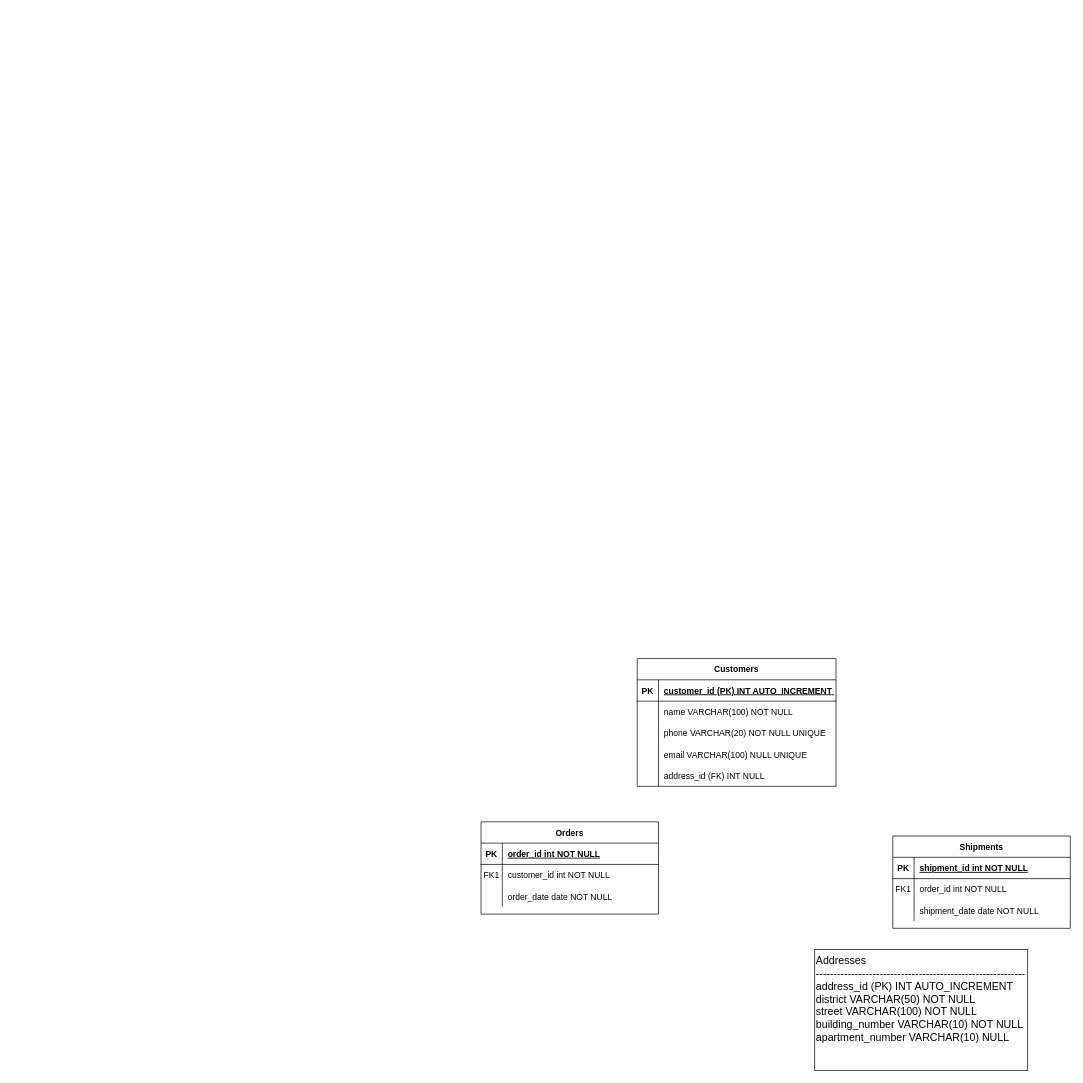
Before: Untitled Diagram.drawio in SergejusSG/git-demo1, a draw.io diagram. Source tidied: cells renumbered, new cells numbered last; positions are measured from the earlier drawing's top-left corner, leaving out a move shared by most shapes. Both pictures are drawn from the tidied source at 71%, with x=0, y=0 at pixel (481, 658).
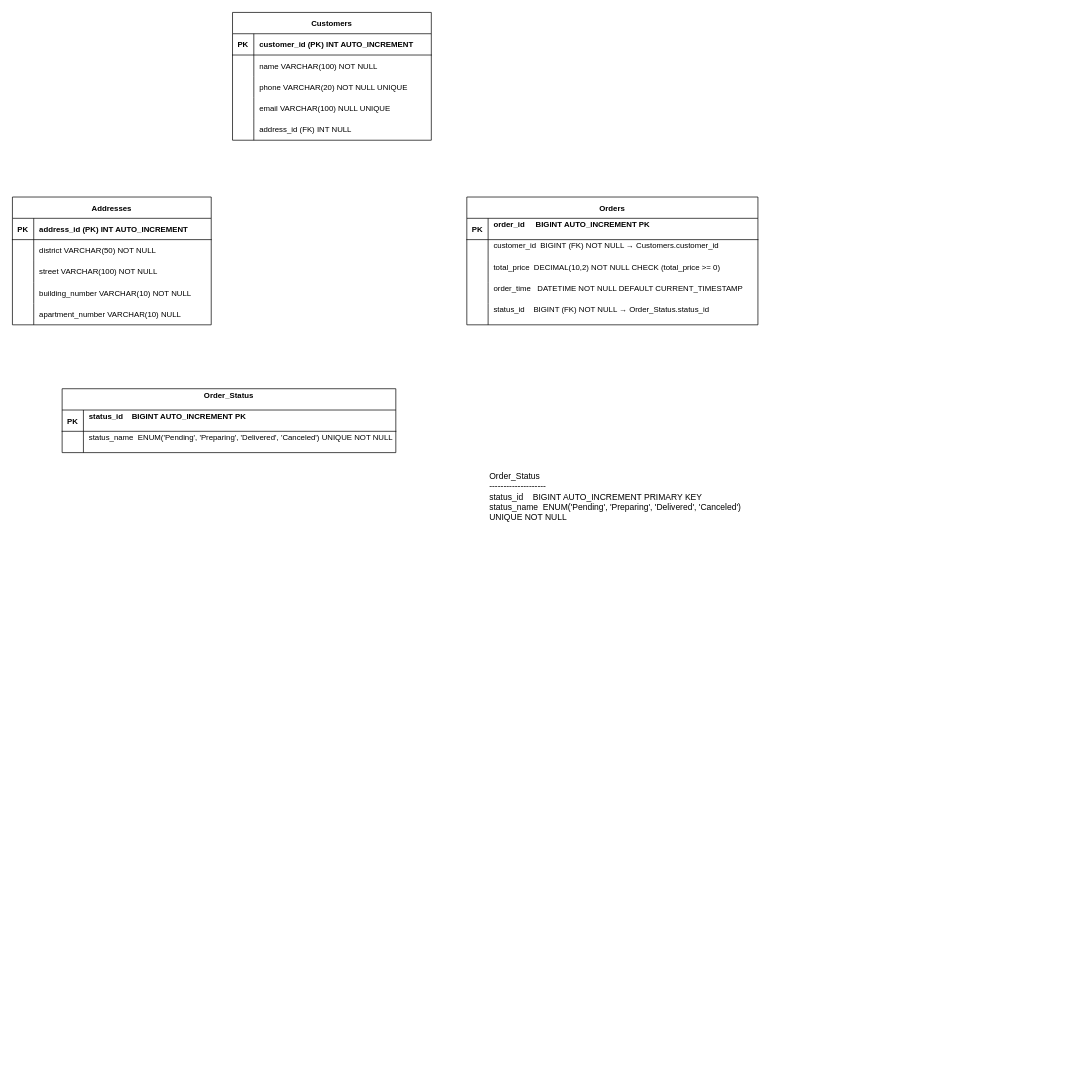
After the change.

The edit, as a diff of the source:
```diff
@@
-    <mxCell id="2" value="Orders" style="shape=table;startSize=30;childLayout=tableLayout;rowLines=0;fontStyle=1;align=center;" parent="1" vertex="1">
-      <mxGeometry y="230" width="250" height="130" as="geometry" />
-    </mxCell>
-    <mxCell id="3" style="shape=partialRectangle;fillColor=none;top=0;left=0;right=0;bottom=1;" parent="2" vertex="1">
-      <mxGeometry y="30" width="250" height="30" as="geometry" />
-    </mxCell>
-    <mxCell id="4" value="PK" style="shape=partialRectangle;overflow=hidden;fillColor=none;top=0;left=0;bottom=0;right=0;fontStyle=1;" parent="3" vertex="1">
-      <mxGeometry width="30" height="30" as="geometry" />
-    </mxCell>
-    <mxCell id="5" value="order_id int NOT NULL " style="shape=partialRectangle;overflow=hidden;fillColor=none;top=0;left=0;bottom=0;right=0;align=left;spacingLeft=6;fontStyle=5;" parent="3" vertex="1">
-      <mxGeometry x="30" width="220" height="30" as="geometry" />
-    </mxCell>
-    <mxCell id="6" style="shape=partialRectangle;fillColor=none;top=0;left=0;right=0;bottom=0;" parent="2" vertex="1">
-      <mxGeometry y="60" width="250" height="30" as="geometry" />
-    </mxCell>
-    <mxCell id="7" value="FK1" style="shape=partialRectangle;overflow=hidden;fillColor=none;top=0;left=0;bottom=0;right=0;" parent="6" vertex="1">
-      <mxGeometry width="30" height="30" as="geometry" />
-    </mxCell>
-    <mxCell id="8" value="customer_id int NOT NULL" style="shape=partialRectangle;overflow=hidden;fillColor=none;top=0;left=0;bottom=0;right=0;align=left;spacingLeft=6;" parent="6" vertex="1">
-      <mxGeometry x="30" width="220" height="30" as="geometry" />
-    </mxCell>
-    <mxCell id="9" style="shape=partialRectangle;fillColor=none;top=0;left=0;right=0;bottom=0;" parent="2" vertex="1">
-      <mxGeometry y="90" width="250" height="30" as="geometry" />
-    </mxCell>
-    <mxCell id="10" style="shape=partialRectangle;overflow=hidden;fillColor=none;top=0;left=0;bottom=0;right=0;" parent="9" vertex="1">
-      <mxGeometry width="30" height="30" as="geometry" />
-    </mxCell>
-    <mxCell id="11" value="order_date date NOT NULL" style="shape=partialRectangle;overflow=hidden;fillColor=none;top=0;left=0;bottom=0;right=0;align=left;spacingLeft=6;" parent="9" vertex="1">
-      <mxGeometry x="30" width="220" height="30" as="geometry" />
-    </mxCell>
-    <mxCell id="12" value="Shipments" style="shape=table;startSize=30;childLayout=tableLayout;rowLines=0;fontStyle=1;align=center;" parent="1" vertex="1">
-      <mxGeometry x="580" y="250" width="250" height="130" as="geometry" />
-    </mxCell>
-    <mxCell id="13" style="shape=partialRectangle;fillColor=none;top=0;left=0;right=0;bottom=1;" parent="12" vertex="1">
-      <mxGeometry y="30" width="250" height="30" as="geometry" />
-    </mxCell>
-    <mxCell id="14" value="PK" style="shape=partialRectangle;overflow=hidden;fillColor=none;top=0;left=0;bottom=0;right=0;fontStyle=1;" parent="13" vertex="1">
-      <mxGeometry width="30" height="30" as="geometry" />
-    </mxCell>
-    <mxCell id="15" value="shipment_id int NOT NULL " style="shape=partialRectangle;overflow=hidden;fillColor=none;top=0;left=0;bottom=0;right=0;align=left;spacingLeft=6;fontStyle=5;" parent="13" vertex="1">
-      <mxGeometry x="30" width="220" height="30" as="geometry" />
-    </mxCell>
-    <mxCell id="16" style="shape=partialRectangle;fillColor=none;top=0;left=0;right=0;bottom=0;" parent="12" vertex="1">
-      <mxGeometry y="60" width="250" height="30" as="geometry" />
-    </mxCell>
-    <mxCell id="17" value="FK1" style="shape=partialRectangle;overflow=hidden;fillColor=none;top=0;left=0;bottom=0;right=0;" parent="16" vertex="1">
-      <mxGeometry width="30" height="30" as="geometry" />
-    </mxCell>
-    <mxCell id="18" value="order_id int NOT NULL" style="shape=partialRectangle;overflow=hidden;fillColor=none;top=0;left=0;bottom=0;right=0;align=left;spacingLeft=6;" parent="16" vertex="1">
-      <mxGeometry x="30" width="220" height="30" as="geometry" />
-    </mxCell>
-    <mxCell id="19" style="shape=partialRectangle;fillColor=none;top=0;left=0;right=0;bottom=0;" parent="12" vertex="1">
-      <mxGeometry y="90" width="250" height="30" as="geometry" />
-    </mxCell>
-    <mxCell id="20" style="shape=partialRectangle;overflow=hidden;fillColor=none;top=0;left=0;bottom=0;right=0;" parent="19" vertex="1">
-      <mxGeometry width="30" height="30" as="geometry" />
-    </mxCell>
-    <mxCell id="21" value="shipment_date date NOT NULL" style="shape=partialRectangle;overflow=hidden;fillColor=none;top=0;left=0;bottom=0;right=0;align=left;spacingLeft=6;" parent="19" vertex="1">
-      <mxGeometry x="30" width="220" height="30" as="geometry" />
-    </mxCell>
-    <mxCell id="22" value="Customers" style="shape=table;startSize=30;childLayout=tableLayout;rowLines=0;fontStyle=1;align=center;" parent="1" vertex="1">
-      <mxGeometry x="220" width="280" height="180" as="geometry" />
+    <mxCell id="22" value="Customers" style="shape=table;startSize=30;childLayout=tableLayout;rowLines=0;fontStyle=1;align=center;fontSize=11;" parent="1" vertex="1">
+      <mxGeometry x="-350" y="-910" width="280" height="180" as="geometry" />
     </mxCell>
-    <mxCell id="23" style="shape=partialRectangle;fillColor=none;top=0;left=0;right=0;bottom=1;" parent="22" vertex="1">
+    <mxCell id="23" style="shape=partialRectangle;fillColor=none;top=0;left=0;right=0;bottom=1;fontSize=11;" parent="22" vertex="1">
       <mxGeometry y="30" width="280" height="30" as="geometry" />
     </mxCell>
-    <mxCell id="24" value="PK" style="shape=partialRectangle;overflow=hidden;fillColor=none;top=0;left=0;bottom=0;right=0;fontStyle=1;" parent="23" vertex="1">
+    <mxCell id="24" value="PK" style="shape=partialRectangle;overflow=hidden;fillColor=none;top=0;left=0;bottom=0;right=0;fontStyle=1;fontSize=11;" parent="23" vertex="1">
       <mxGeometry width="30" height="30" as="geometry" />
     </mxCell>
-    <mxCell id="25" value="customer_id (PK) INT AUTO_INCREMENT " style="shape=partialRectangle;overflow=hidden;fillColor=none;top=0;left=0;bottom=0;right=0;align=left;spacingLeft=6;fontStyle=5;" parent="23" vertex="1">
+    <mxCell id="25" value="customer_id (PK) INT AUTO_INCREMENT " style="shape=partialRectangle;overflow=hidden;fillColor=none;top=0;left=0;bottom=0;right=0;align=left;spacingLeft=6;fontStyle=1;fontSize=11;" parent="23" vertex="1">
       <mxGeometry x="30" width="250" height="30" as="geometry" />
     </mxCell>
-    <mxCell id="26" style="shape=partialRectangle;fillColor=none;top=0;left=0;right=0;bottom=0;" parent="22" vertex="1">
+    <mxCell id="26" style="shape=partialRectangle;fillColor=none;top=0;left=0;right=0;bottom=0;fontSize=11;" parent="22" vertex="1">
       <mxGeometry y="60" width="280" height="30" as="geometry" />
     </mxCell>
-    <mxCell id="27" style="shape=partialRectangle;overflow=hidden;fillColor=none;top=0;left=0;bottom=0;right=0;" parent="26" vertex="1">
+    <mxCell id="27" style="shape=partialRectangle;overflow=hidden;fillColor=none;top=0;left=0;bottom=0;right=0;fontSize=11;" parent="26" vertex="1">
       <mxGeometry width="30" height="30" as="geometry" />
     </mxCell>
-    <mxCell id="28" value="name VARCHAR(100) NOT NULL" style="shape=partialRectangle;overflow=hidden;fillColor=none;top=0;left=0;bottom=0;right=0;align=left;spacingLeft=6;" parent="26" vertex="1">
+    <mxCell id="28" value="name VARCHAR(100) NOT NULL" style="shape=partialRectangle;overflow=hidden;fillColor=none;top=0;left=0;bottom=0;right=0;align=left;spacingLeft=6;fontSize=11;" parent="26" vertex="1">
       <mxGeometry x="30" width="250" height="30" as="geometry" />
     </mxCell>
-    <mxCell id="29" style="shape=partialRectangle;fillColor=none;top=0;left=0;right=0;bottom=0;" parent="22" vertex="1">
+    <mxCell id="29" style="shape=partialRectangle;fillColor=none;top=0;left=0;right=0;bottom=0;fontSize=11;" parent="22" vertex="1">
       <mxGeometry y="90" width="280" height="30" as="geometry" />
     </mxCell>
-    <mxCell id="30" style="shape=partialRectangle;overflow=hidden;fillColor=none;top=0;left=0;bottom=0;right=0;" parent="29" vertex="1">
+    <mxCell id="30" style="shape=partialRectangle;overflow=hidden;fillColor=none;top=0;left=0;bottom=0;right=0;fontSize=11;" parent="29" vertex="1">
       <mxGeometry width="30" height="30" as="geometry" />
     </mxCell>
-    <mxCell id="31" value="phone VARCHAR(20) NOT NULL UNIQUE" style="shape=partialRectangle;overflow=hidden;fillColor=none;top=0;left=0;bottom=0;right=0;align=left;spacingLeft=6;" parent="29" vertex="1">
+    <mxCell id="31" value="phone VARCHAR(20) NOT NULL UNIQUE" style="shape=partialRectangle;overflow=hidden;fillColor=none;top=0;left=0;bottom=0;right=0;align=left;spacingLeft=6;fontSize=11;" parent="29" vertex="1">
       <mxGeometry x="30" width="250" height="30" as="geometry" />
     </mxCell>
-    <mxCell id="32" style="shape=partialRectangle;fillColor=none;top=0;left=0;right=0;bottom=0;" parent="22" vertex="1">
+    <mxCell id="32" style="shape=partialRectangle;fillColor=none;top=0;left=0;right=0;bottom=0;fontSize=11;" parent="22" vertex="1">
       <mxGeometry y="120" width="280" height="30" as="geometry" />
     </mxCell>
-    <mxCell id="33" style="shape=partialRectangle;overflow=hidden;fillColor=none;top=0;left=0;bottom=0;right=0;" parent="32" vertex="1">
+    <mxCell id="33" style="shape=partialRectangle;overflow=hidden;fillColor=none;top=0;left=0;bottom=0;right=0;fontSize=11;" parent="32" vertex="1">
       <mxGeometry width="30" height="30" as="geometry" />
     </mxCell>
-    <mxCell id="34" value="email VARCHAR(100) NULL UNIQUE" style="shape=partialRectangle;overflow=hidden;fillColor=none;top=0;left=0;bottom=0;right=0;align=left;spacingLeft=6;" parent="32" vertex="1">
+    <mxCell id="34" value="email VARCHAR(100) NULL UNIQUE" style="shape=partialRectangle;overflow=hidden;fillColor=none;top=0;left=0;bottom=0;right=0;align=left;spacingLeft=6;fontSize=11;" parent="32" vertex="1">
       <mxGeometry x="30" width="250" height="30" as="geometry" />
     </mxCell>
-    <mxCell id="35" style="shape=partialRectangle;fillColor=none;top=0;left=0;right=0;bottom=0;" parent="22" vertex="1">
+    <mxCell id="35" style="shape=partialRectangle;fillColor=none;top=0;left=0;right=0;bottom=0;fontSize=11;" parent="22" vertex="1">
       <mxGeometry y="150" width="280" height="30" as="geometry" />
     </mxCell>
-    <mxCell id="36" style="shape=partialRectangle;overflow=hidden;fillColor=none;top=0;left=0;bottom=0;right=0;" parent="35" vertex="1">
+    <mxCell id="36" style="shape=partialRectangle;overflow=hidden;fillColor=none;top=0;left=0;bottom=0;right=0;fontSize=11;" parent="35" vertex="1">
       <mxGeometry width="30" height="30" as="geometry" />
     </mxCell>
-    <mxCell id="37" value="address_id (FK) INT NULL" style="shape=partialRectangle;overflow=hidden;fillColor=none;top=0;left=0;bottom=0;right=0;align=left;spacingLeft=6;" parent="35" vertex="1">
+    <mxCell id="37" value="address_id (FK) INT NULL" style="shape=partialRectangle;overflow=hidden;fillColor=none;top=0;left=0;bottom=0;right=0;align=left;spacingLeft=6;fontSize=11;" parent="35" vertex="1">
       <mxGeometry x="30" width="250" height="30" as="geometry" />
     </mxCell>
-    <mxCell id="38" style="group;" parent="1" vertex="1">
-      <mxGeometry x="470" y="410" width="300" height="170" as="geometry" />
-    </mxCell>
-    <mxCell id="39" style="rounded=0;whiteSpace=wrap;html=1;" parent="38" vertex="1">
-      <mxGeometry width="300" height="170" as="geometry" />
-    </mxCell>
+    <mxCell id="41" value="Addresses" style="shape=table;startSize=30;childLayout=tableLayout;rowLines=0;fontStyle=1;align=center;fontSize=11;" parent="1" vertex="1">
+      <mxGeometry x="-660" y="-650" width="280" height="180" as="geometry" />
+    </mxCell>
+    <mxCell id="42" style="shape=partialRectangle;fillColor=none;top=0;left=0;right=0;bottom=1;fontSize=11;" parent="41" vertex="1">
+      <mxGeometry y="30" width="280" height="30" as="geometry" />
+    </mxCell>
+    <mxCell id="43" value="PK" style="shape=partialRectangle;overflow=hidden;fillColor=none;top=0;left=0;bottom=0;right=0;fontStyle=1;fontSize=11;" parent="42" vertex="1">
+      <mxGeometry width="30" height="30" as="geometry" />
+    </mxCell>
+    <mxCell id="44" value="address_id (PK) INT AUTO_INCREMENT" style="shape=partialRectangle;overflow=hidden;fillColor=none;top=0;left=0;bottom=0;right=0;align=left;spacingLeft=6;fontStyle=1;fontSize=11;" parent="42" vertex="1">
+      <mxGeometry x="30" width="250" height="30" as="geometry" />
+    </mxCell>
+    <mxCell id="45" style="shape=partialRectangle;fillColor=none;top=0;left=0;right=0;bottom=0;fontSize=11;" parent="41" vertex="1">
+      <mxGeometry y="60" width="280" height="30" as="geometry" />
+    </mxCell>
+    <mxCell id="46" style="shape=partialRectangle;overflow=hidden;fillColor=none;top=0;left=0;bottom=0;right=0;fontSize=11;" parent="45" vertex="1">
+      <mxGeometry width="30" height="30" as="geometry" />
+    </mxCell>
+    <mxCell id="47" value="district VARCHAR(50) NOT NULL" style="shape=partialRectangle;overflow=hidden;fillColor=none;top=0;left=0;bottom=0;right=0;align=left;spacingLeft=6;fontSize=11;" parent="45" vertex="1">
+      <mxGeometry x="30" width="250" height="30" as="geometry" />
+    </mxCell>
+    <mxCell id="48" style="shape=partialRectangle;fillColor=none;top=0;left=0;right=0;bottom=0;fontSize=11;" parent="41" vertex="1">
+      <mxGeometry y="90" width="280" height="30" as="geometry" />
+    </mxCell>
+    <mxCell id="49" style="shape=partialRectangle;overflow=hidden;fillColor=none;top=0;left=0;bottom=0;right=0;fontSize=11;" parent="48" vertex="1">
+      <mxGeometry width="30" height="30" as="geometry" />
+    </mxCell>
+    <mxCell id="50" value="street VARCHAR(100) NOT NULL" style="shape=partialRectangle;overflow=hidden;fillColor=none;top=0;left=0;bottom=0;right=0;align=left;spacingLeft=6;fontSize=11;" parent="48" vertex="1">
+      <mxGeometry x="30" width="250" height="30" as="geometry" />
+    </mxCell>
+    <mxCell id="51" style="shape=partialRectangle;fillColor=none;top=0;left=0;right=0;bottom=0;fontSize=11;" parent="41" vertex="1">
+      <mxGeometry y="120" width="280" height="30" as="geometry" />
+    </mxCell>
+    <mxCell id="52" style="shape=partialRectangle;overflow=hidden;fillColor=none;top=0;left=0;bottom=0;right=0;fontSize=11;" parent="51" vertex="1">
+      <mxGeometry width="30" height="30" as="geometry" />
+    </mxCell>
+    <mxCell id="53" value="building_number VARCHAR(10) NOT NULL" style="shape=partialRectangle;overflow=hidden;fillColor=none;top=0;left=0;bottom=0;right=0;align=left;spacingLeft=6;fontSize=11;" parent="51" vertex="1">
+      <mxGeometry x="30" width="250" height="30" as="geometry" />
+    </mxCell>
+    <mxCell id="54" style="shape=partialRectangle;fillColor=none;top=0;left=0;right=0;bottom=0;fontSize=11;" parent="41" vertex="1">
+      <mxGeometry y="150" width="280" height="30" as="geometry" />
+    </mxCell>
+    <mxCell id="55" style="shape=partialRectangle;overflow=hidden;fillColor=none;top=0;left=0;bottom=0;right=0;fontSize=11;" parent="54" vertex="1">
+      <mxGeometry width="30" height="30" as="geometry" />
+    </mxCell>
+    <mxCell id="56" value="apartment_number VARCHAR(10) NULL" style="shape=partialRectangle;overflow=hidden;fillColor=none;top=0;left=0;bottom=0;right=0;align=left;spacingLeft=6;fontSize=11;" parent="54" vertex="1">
+      <mxGeometry x="30" width="250" height="30" as="geometry" />
+    </mxCell>
+    <mxCell id="2" value="Orders" style="shape=table;startSize=30;childLayout=tableLayout;rowLines=0;fontStyle=1;align=center;fontSize=11;" parent="1" vertex="1">
+      <mxGeometry x="-20" y="-650" width="410" height="180" as="geometry" />
+    </mxCell>
+    <mxCell id="57" style="shape=partialRectangle;fillColor=none;top=0;left=0;right=0;bottom=1;fontSize=11;" parent="2" vertex="1">
+      <mxGeometry y="30" width="410" height="30" as="geometry" />
+    </mxCell>
+    <mxCell id="58" value="PK" style="shape=partialRectangle;overflow=hidden;fillColor=none;top=0;left=0;bottom=0;right=0;fontStyle=1;fontSize=11;" parent="57" vertex="1">
+      <mxGeometry width="30" height="30" as="geometry" />
+    </mxCell>
+    <mxCell id="59" value="order_id     BIGINT AUTO_INCREMENT PK&#10;" style="shape=partialRectangle;overflow=hidden;fillColor=none;top=0;left=0;bottom=0;right=0;align=left;spacingLeft=6;fontStyle=1;fontSize=11;" parent="57" vertex="1">
+      <mxGeometry x="30" width="380" height="30" as="geometry" />
+    </mxCell>
+    <mxCell id="60" style="shape=partialRectangle;fillColor=none;top=0;left=0;right=0;bottom=0;fontSize=11;" parent="2" vertex="1">
+      <mxGeometry y="60" width="410" height="30" as="geometry" />
+    </mxCell>
+    <mxCell id="61" style="shape=partialRectangle;overflow=hidden;fillColor=none;top=0;left=0;bottom=0;right=0;fontSize=11;" parent="60" vertex="1">
+      <mxGeometry width="30" height="30" as="geometry" />
+    </mxCell>
+    <mxCell id="62" value="customer_id  BIGINT (FK) NOT NULL → Customers.customer_id&#10;" style="shape=partialRectangle;overflow=hidden;fillColor=none;top=0;left=0;bottom=0;right=0;align=left;spacingLeft=6;fontSize=11;" parent="60" vertex="1">
+      <mxGeometry x="30" width="380" height="30" as="geometry" />
+    </mxCell>
+    <mxCell id="63" style="shape=partialRectangle;fillColor=none;top=0;left=0;right=0;bottom=0;fontSize=11;" parent="2" vertex="1">
+      <mxGeometry y="90" width="410" height="30" as="geometry" />
+    </mxCell>
+    <mxCell id="64" style="shape=partialRectangle;overflow=hidden;fillColor=none;top=0;left=0;bottom=0;right=0;fontSize=11;" parent="63" vertex="1">
+      <mxGeometry width="30" height="30" as="geometry" />
+    </mxCell>
+    <mxCell id="65" value="total_price  DECIMAL(10,2) NOT NULL CHECK (total_price &gt;= 0)&#10;" style="shape=partialRectangle;overflow=hidden;fillColor=none;top=0;left=0;bottom=0;right=0;align=left;spacingLeft=6;fontSize=11;" parent="63" vertex="1">
+      <mxGeometry x="30" width="380" height="30" as="geometry" />
+    </mxCell>
+    <mxCell id="66" style="shape=partialRectangle;fillColor=none;top=0;left=0;right=0;bottom=0;fontSize=11;" parent="2" vertex="1">
+      <mxGeometry y="120" width="410" height="30" as="geometry" />
+    </mxCell>
+    <mxCell id="67" style="shape=partialRectangle;overflow=hidden;fillColor=none;top=0;left=0;bottom=0;right=0;fontSize=11;" parent="66" vertex="1">
+      <mxGeometry width="30" height="30" as="geometry" />
+    </mxCell>
+    <mxCell id="68" value="order_time   DATETIME NOT NULL DEFAULT CURRENT_TIMESTAMP&#10;" style="shape=partialRectangle;overflow=hidden;fillColor=none;top=0;left=0;bottom=0;right=0;align=left;spacingLeft=6;fontSize=11;" parent="66" vertex="1">
+      <mxGeometry x="30" width="380" height="30" as="geometry" />
+    </mxCell>
+    <mxCell id="69" style="shape=partialRectangle;fillColor=none;top=0;left=0;right=0;bottom=0;fontSize=11;" parent="2" vertex="1">
+      <mxGeometry y="150" width="410" height="30" as="geometry" />
+    </mxCell>
+    <mxCell id="70" style="shape=partialRectangle;overflow=hidden;fillColor=none;top=0;left=0;bottom=0;right=0;fontSize=11;" parent="69" vertex="1">
+      <mxGeometry width="30" height="30" as="geometry" />
+    </mxCell>
+    <mxCell id="71" value="status_id    BIGINT (FK) NOT NULL → Order_Status.status_id&#10;" style="shape=partialRectangle;overflow=hidden;fillColor=none;top=0;left=0;bottom=0;right=0;align=left;spacingLeft=6;fontSize=11;" parent="69" vertex="1">
+      <mxGeometry x="30" width="380" height="30" as="geometry" />
+    </mxCell>
-    <mxCell id="40" value="&lt;font style=&quot;font-size: 15px;&quot;&gt;Addresses&lt;br&gt;-----------------------------------------------------------&lt;br&gt;address_id (PK)    INT AUTO_INCREMENT&lt;br&gt;district          VARCHAR(50) NOT NULL&lt;br&gt;street           VARCHAR(100) NOT NULL&lt;br&gt;building_number   VARCHAR(10) NOT NULL&lt;br&gt;apartment_number  VARCHAR(10) NULL&lt;/font&gt;" style="text;whiteSpace=wrap;html=1;" parent="38" vertex="1">
-      <mxGeometry width="300" height="170" as="geometry" />
+    <mxCell id="40" value="&lt;div&gt;&lt;div&gt;Order_Status&lt;/div&gt;&lt;div&gt;--------------------&lt;/div&gt;&lt;div&gt;status_id &amp;nbsp; &amp;nbsp;BIGINT AUTO_INCREMENT PRIMARY KEY&lt;/div&gt;&lt;div&gt;status_name &amp;nbsp;ENUM('Pending', 'Preparing', 'Delivered', 'Canceled') UNIQUE NOT NULL&lt;/div&gt;&lt;/div&gt;&lt;div&gt;&lt;br&gt;&lt;/div&gt;" style="text;whiteSpace=wrap;html=1;" parent="1" vertex="1">
+      <mxGeometry x="10" y="-270" width="380" height="200" as="geometry" />
     </mxCell>
+    <mxCell id="72" value="Order_Status&#10;" style="shape=table;startSize=30;childLayout=tableLayout;rowLines=0;fontStyle=1;align=center;fontSize=11;" parent="1" vertex="1">
+      <mxGeometry x="-590" y="-380" width="470" height="90" as="geometry" />
+    </mxCell>
+    <mxCell id="73" style="shape=partialRectangle;fillColor=none;top=0;left=0;right=0;bottom=1;fontSize=11;" parent="72" vertex="1">
+      <mxGeometry y="30" width="470" height="30" as="geometry" />
+    </mxCell>
+    <mxCell id="74" value="PK" style="shape=partialRectangle;overflow=hidden;fillColor=none;top=0;left=0;bottom=0;right=0;fontStyle=1;fontSize=11;" parent="73" vertex="1">
+      <mxGeometry width="30" height="30" as="geometry" />
+    </mxCell>
+    <mxCell id="75" value="status_id    BIGINT AUTO_INCREMENT PK&#10;" style="shape=partialRectangle;overflow=hidden;fillColor=none;top=0;left=0;bottom=0;right=0;align=left;spacingLeft=6;fontStyle=1;fontSize=11;" parent="73" vertex="1">
+      <mxGeometry x="30" width="440" height="30" as="geometry" />
+    </mxCell>
+    <mxCell id="76" style="shape=partialRectangle;fillColor=none;top=0;left=0;right=0;bottom=0;fontSize=11;" parent="72" vertex="1">
+      <mxGeometry y="60" width="470" height="30" as="geometry" />
+    </mxCell>
+    <mxCell id="77" style="shape=partialRectangle;overflow=hidden;fillColor=none;top=0;left=0;bottom=0;right=0;fontSize=11;" parent="76" vertex="1">
+      <mxGeometry width="30" height="30" as="geometry" />
+    </mxCell>
+    <mxCell id="78" value="status_name  ENUM('Pending', 'Preparing', 'Delivered', 'Canceled') UNIQUE NOT NULL&#10;" style="shape=partialRectangle;overflow=hidden;fillColor=none;top=0;left=0;bottom=0;right=0;align=left;spacingLeft=6;fontSize=11;" parent="76" vertex="1">
+      <mxGeometry x="30" width="440" height="30" as="geometry" />
+    </mxCell>
```
